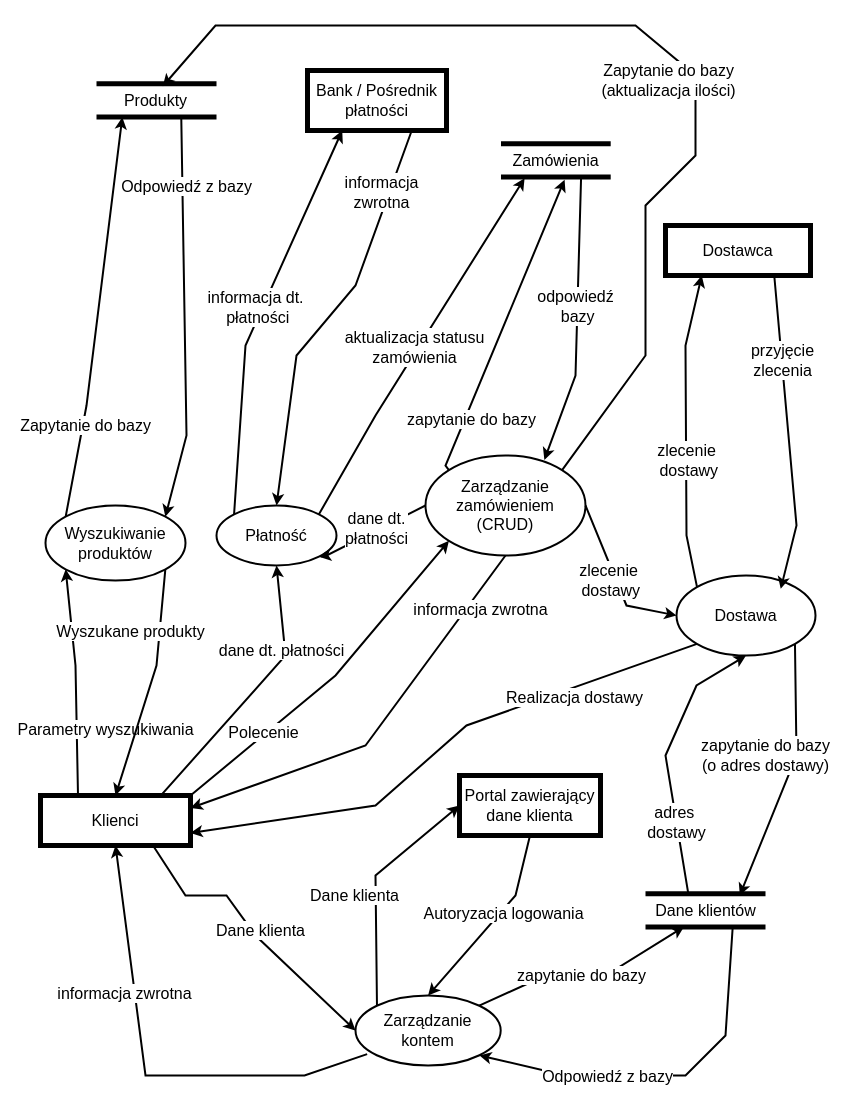
Before: Diagram-przepływu-danych.drawio in Er1v3s/diagramy-hierarchii-funkcji, a draw.io diagram. Source tidied: cells renumbered, new cells numbered last; positions are measured from the earlier drawing's top-left corner, leaving out a move shared by most shapes. Both pictures are drawn from the tidied source at 100%, with x=0, y=0 at pixel (40, 25).
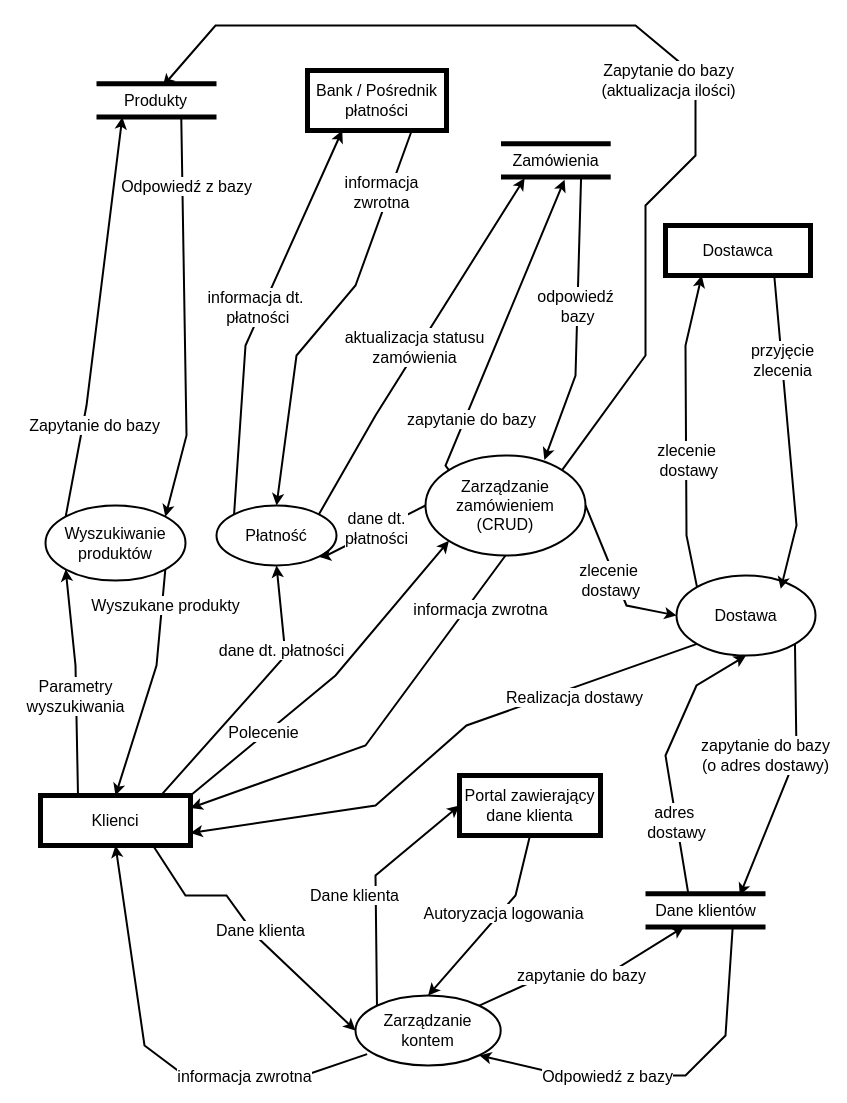
After the change.

The change refers to these unchanged cells:
```xml
<mxCell id="2" value="Zarządzanie kontem" style="ellipse;whiteSpace=wrap;html=1;strokeWidth=2;fontSize=16;" parent="1" vertex="1">
  <mxGeometry x="315" y="970" width="145.2" height="70" as="geometry" />
</mxCell>
<mxCell id="3" value="Klienci" style="rounded=0;whiteSpace=wrap;html=1;strokeWidth=5;fontSize=16;" parent="1" vertex="1">
  <mxGeometry y="770" width="150" height="50" as="geometry" />
</mxCell>
<mxCell id="7" style="endArrow=classic;html=1;rounded=0;strokeWidth=2;exitX=0.25;exitY=0;exitDx=0;exitDy=0;entryX=0;entryY=1;entryDx=0;entryDy=0;fontSize=16;" parent="1" edge="1" source="3" target="4">
  <mxGeometry relative="1" as="geometry">
    <Array as="points">
      <mxPoint x="35" y="640" />
    </Array>
  </mxGeometry>
</mxCell>
<mxCell id="9" style="endArrow=classic;html=1;rounded=0;strokeWidth=2;exitX=0;exitY=0;exitDx=0;exitDy=0;entryX=0.131;entryY=1.057;entryDx=0;entryDy=0;entryPerimeter=0;fontSize=16;" parent="1" edge="1" source="4" target="6">
  <mxGeometry relative="1" as="geometry">
    <Array as="points">
      <mxPoint x="46" y="380" />
    </Array>
  </mxGeometry>
</mxCell>
<mxCell id="13" style="endArrow=classic;html=1;rounded=0;strokeWidth=2;entryX=0.5;entryY=0;entryDx=0;entryDy=0;exitX=1;exitY=1;exitDx=0;exitDy=0;fontSize=16;" parent="1" edge="1" source="4" target="3">
  <mxGeometry relative="1" as="geometry">
    <Array as="points">
      <mxPoint x="116" y="640" />
    </Array>
  </mxGeometry>
</mxCell>
```

Change to the diagram source:
```diff
@@
-    <mxCell id="8" value="Parametry wyszukiwania" style="edgeLabel;html=1;align=center;verticalAlign=middle;fontSize=16;" parent="7" vertex="1">
+    <mxCell id="8" value="Parametry &lt;br&gt;wyszukiwania" style="edgeLabel;html=1;align=center;verticalAlign=middle;fontSize=16;" parent="7" vertex="1">
       <mxGeometry relative="1" as="geometry">
-        <mxPoint x="29" y="46" as="offset" />
+        <mxPoint x="-1" y="13" as="offset" />
       </mxGeometry>
     </mxCell>
@@
     <mxCell id="10" value="Zapytanie do bazy" style="edgeLabel;html=1;align=center;verticalAlign=middle;fontSize=16;" parent="9" vertex="1">
       <mxGeometry relative="1" as="geometry">
-        <mxPoint x="-12" y="108" as="offset" />
+        <mxPoint x="-3" y="108" as="offset" />
       </mxGeometry>
     </mxCell>
@@
     <mxCell id="14" value="Wyszukane produkty" style="edgeLabel;html=1;align=center;verticalAlign=middle;fontSize=16;" parent="13" vertex="1">
       <mxGeometry relative="1" as="geometry">
-        <mxPoint x="-21" y="-53" as="offset" />
+        <mxPoint x="14" y="-79" as="offset" />
       </mxGeometry>
     </mxCell>
@@
     <mxCell id="48" style="endArrow=classic;html=1;rounded=0;strokeWidth=2;entryX=0.5;entryY=1;entryDx=0;entryDy=0;exitX=0.08;exitY=0.838;exitDx=0;exitDy=0;exitPerimeter=0;fontSize=16;" parent="1" edge="1" source="2" target="3">
       <mxGeometry relative="1" as="geometry">
         <Array as="points">
           <mxPoint x="264" y="1050" />
-          <mxPoint x="105" y="1050" />
+          <mxPoint x="144" y="1050" />
+          <mxPoint x="104" y="1020" />
         </Array>
       </mxGeometry>
     </mxCell>
     <mxCell id="49" value="informacja zwrotna" style="edgeLabel;html=1;align=center;verticalAlign=middle;fontSize=16;" parent="48" vertex="1">
       <mxGeometry relative="1" as="geometry">
-        <mxPoint x="-21" y="-79" as="offset" />
+        <mxPoint x="86" y="20" as="offset" />
       </mxGeometry>
     </mxCell>
```
